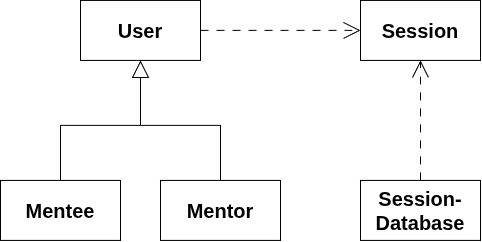
Earlier version of the draw.io export docs/M4/assets/diagram/diagram-uc05.png (RPL-24/IF2150-RPL). Source tidied: cells renumbered, new cells last; positions are measured from the earlier drawing's top-left corner, leaving out a move shared by most shapes.
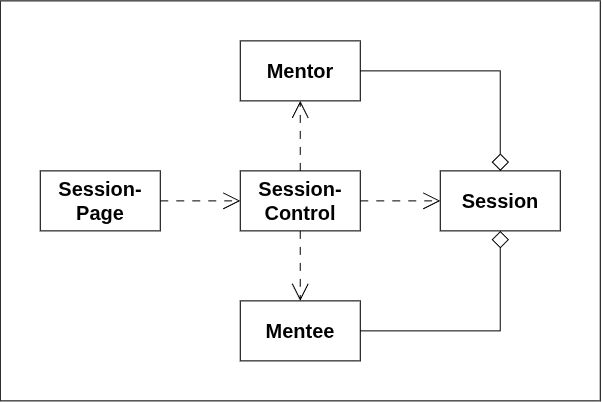
After the change.

Commit message:
docs: update the diagram for UC 5 and 6 and make the format for logbook

Change to the diagram source:
```diff
@@ -1,33 +1,42 @@
-<mxGraphModel>
+<mxGraphModel background="light-dark(#ffffff, #121212)">
   <root>
     <mxCell id="0" />
     <mxCell id="1" parent="0" />
-    <mxCell id="2" value="&lt;b&gt;&lt;font style=&quot;font-size: 20px;&quot;&gt;User&lt;/font&gt;&lt;/b&gt;" style="rounded=0;whiteSpace=wrap;html=1;" parent="1" vertex="1">
-      <mxGeometry x="80" width="120" height="60" as="geometry" />
-    </mxCell>
-    <mxCell id="3" style="edgeStyle=orthogonalEdgeStyle;rounded=0;jettySize=auto;html=1;entryX=0.5;entryY=1;entryDx=0;entryDy=0;endArrow=block;endFill=0;startSize=14;endSize=15;" parent="1" edge="1" source="4" target="2">
-      <mxGeometry relative="1" as="geometry" />
-    </mxCell>
+    <mxCell id="11" style="rounded=0;whiteSpace=wrap;html=1;" parent="1" vertex="1">
+      <mxGeometry x="-160" y="460" width="600" height="400" as="geometry" />
+    </mxCell>
     <mxCell id="4" value="&lt;b&gt;&lt;font style=&quot;font-size: 20px;&quot;&gt;Mentee&lt;/font&gt;&lt;/b&gt;" style="rounded=0;whiteSpace=wrap;html=1;" parent="1" vertex="1">
-      <mxGeometry y="180" width="120" height="60" as="geometry" />
+      <mxGeometry x="80" y="760" width="120" height="60" as="geometry" />
     </mxCell>
     <mxCell id="5" value="&lt;b&gt;&lt;font style=&quot;font-size: 20px;&quot;&gt;Mentor&lt;/font&gt;&lt;/b&gt;" style="rounded=0;whiteSpace=wrap;html=1;" parent="1" vertex="1">
-      <mxGeometry x="160" y="180" width="120" height="60" as="geometry" />
+      <mxGeometry x="80" y="500" width="120" height="60" as="geometry" />
     </mxCell>
-    <mxCell id="6" style="edgeStyle=orthogonalEdgeStyle;rounded=0;jettySize=auto;html=1;entryX=0.5;entryY=1;entryDx=0;entryDy=0;endArrow=block;endFill=0;startSize=14;endSize=15;exitX=0.5;exitY=0;exitDx=0;exitDy=0;" parent="1" edge="1" source="5" target="2">
-      <mxGeometry relative="1" as="geometry" />
-    </mxCell>
     <mxCell id="7" value="&lt;b&gt;&lt;font style=&quot;font-size: 20px;&quot;&gt;Session&lt;/font&gt;&lt;/b&gt;" style="rounded=0;whiteSpace=wrap;html=1;" parent="1" vertex="1">
-      <mxGeometry x="360" width="120" height="60" as="geometry" />
+      <mxGeometry x="280" y="630" width="120" height="60" as="geometry" />
     </mxCell>
-    <mxCell id="8" value="&lt;b&gt;&lt;font style=&quot;font-size: 20px;&quot;&gt;Session-Database&lt;/font&gt;&lt;/b&gt;" style="rounded=0;whiteSpace=wrap;html=1;" parent="1" vertex="1">
-      <mxGeometry x="360" y="180" width="120" height="60" as="geometry" />
-    </mxCell>
-    <mxCell id="9" style="edgeStyle=orthogonalEdgeStyle;rounded=0;jettySize=auto;html=1;entryX=0.5;entryY=1;entryDx=0;entryDy=0;endArrow=open;endFill=0;startSize=14;endSize=15;exitX=0.5;exitY=0;exitDx=0;exitDy=0;dashed=1;dashPattern=8 8;" parent="1" edge="1" source="8" target="7">
-      <mxGeometry relative="1" as="geometry" />
-    </mxCell>
-    <mxCell id="10" style="edgeStyle=orthogonalEdgeStyle;rounded=0;jettySize=auto;html=1;entryX=0;entryY=0.5;entryDx=0;entryDy=0;endArrow=open;endFill=0;startSize=14;endSize=15;exitX=1;exitY=0.5;exitDx=0;exitDy=0;dashed=1;dashPattern=8 8;" parent="1" edge="1" source="2" target="7">
-      <mxGeometry relative="1" as="geometry" />
-    </mxCell>
+    <mxCell id="12" value="&lt;b&gt;&lt;font style=&quot;font-size: 20px;&quot;&gt;Session-Control&lt;/font&gt;&lt;/b&gt;" style="rounded=0;whiteSpace=wrap;html=1;" parent="1" vertex="1">
+      <mxGeometry x="80" y="630" width="120" height="60" as="geometry" />
+    </mxCell>
+    <mxCell id="13" value="&lt;b&gt;&lt;font style=&quot;font-size: 20px;&quot;&gt;Session-Page&lt;/font&gt;&lt;/b&gt;" style="rounded=0;whiteSpace=wrap;html=1;" parent="1" vertex="1">
+      <mxGeometry x="-120" y="630" width="120" height="60" as="geometry" />
+    </mxCell>
+    <mxCell id="14" style="edgeStyle=orthogonalEdgeStyle;rounded=0;jettySize=auto;html=1;entryX=0;entryY=0.5;entryDx=0;entryDy=0;endArrow=open;endFill=0;startSize=14;endSize=15;exitX=1;exitY=0.5;exitDx=0;exitDy=0;dashed=1;dashPattern=8 8;" parent="1" edge="1" source="13" target="12">
+      <mxGeometry relative="1" as="geometry" />
+    </mxCell>
+    <mxCell id="15" style="edgeStyle=orthogonalEdgeStyle;rounded=0;jettySize=auto;html=1;entryX=0.5;entryY=1;entryDx=0;entryDy=0;endArrow=open;endFill=0;startSize=14;endSize=15;exitX=0.5;exitY=0;exitDx=0;exitDy=0;dashed=1;dashPattern=8 8;" parent="1" edge="1" source="12" target="5">
+      <mxGeometry relative="1" as="geometry" />
+    </mxCell>
+    <mxCell id="16" style="edgeStyle=orthogonalEdgeStyle;rounded=0;jettySize=auto;html=1;entryX=0.5;entryY=0;entryDx=0;entryDy=0;endArrow=open;endFill=0;startSize=14;endSize=15;exitX=0.5;exitY=1;exitDx=0;exitDy=0;dashed=1;dashPattern=8 8;" parent="1" edge="1" source="12" target="4">
+      <mxGeometry relative="1" as="geometry" />
+    </mxCell>
+    <mxCell id="17" style="edgeStyle=orthogonalEdgeStyle;rounded=0;jettySize=auto;html=1;entryX=0;entryY=0.5;entryDx=0;entryDy=0;endArrow=open;endFill=0;startSize=14;endSize=15;exitX=1;exitY=0.5;exitDx=0;exitDy=0;dashed=1;dashPattern=8 8;" parent="1" edge="1" source="12" target="7">
+      <mxGeometry relative="1" as="geometry" />
+    </mxCell>
+    <mxCell id="18" style="edgeStyle=orthogonalEdgeStyle;rounded=0;jettySize=auto;html=1;entryX=0.5;entryY=0;entryDx=0;entryDy=0;endArrow=diamond;endFill=0;startSize=14;endSize=15;exitX=1;exitY=0.5;exitDx=0;exitDy=0;" parent="1" edge="1" source="5" target="7">
+      <mxGeometry relative="1" as="geometry" />
+    </mxCell>
+    <mxCell id="19" style="edgeStyle=orthogonalEdgeStyle;rounded=0;jettySize=auto;html=1;entryX=0.5;entryY=1;entryDx=0;entryDy=0;endArrow=diamond;endFill=0;startSize=14;endSize=15;exitX=1;exitY=0.5;exitDx=0;exitDy=0;" parent="1" edge="1" source="4" target="7">
+      <mxGeometry relative="1" as="geometry" />
+    </mxCell>
   </root>
 </mxGraphModel>
```
